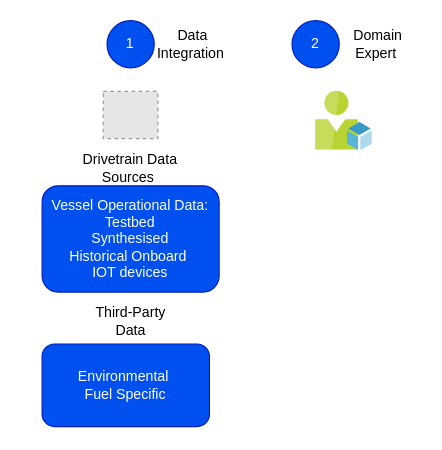
Earlier version of the draw.io diagram Untitled Diagram.drawio (aianxtec/maritime-optimisation). Source tidied: cells renumbered, new cells numbered last; positions are measured from the earlier drawing's top-left corner, leaving out a move shared by most shapes. Both pictures are drawn from the tidied source at 118%, with x=0, y=0 at pixel (41, 20). Pictures stored in the file or linked from it are replaced by grey dashed boxes.
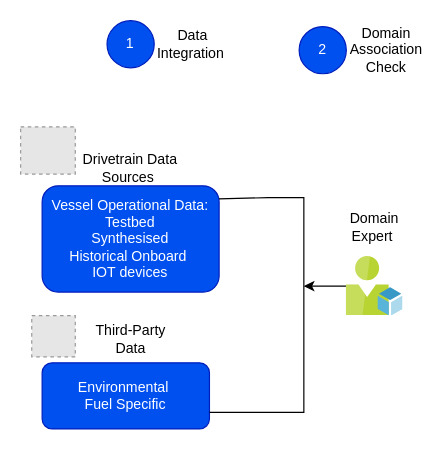
The same diagram, later.

Commit message:
domain expert added

Diff of the diagram source:
```diff
@@
 <mxGraphModel>
   <root>
     <mxCell id="0" />
     <mxCell id="1" parent="0" />
     <mxCell id="2" style="fillColor=#E6E6E6;strokeColor=#999999;dashed=1;verticalLabelPosition=bottom;labelBackgroundColor=#ffffff;verticalAlign=top;" parent="1" vertex="1">
-      <mxGeometry x="52" y="60" width="46.3" height="40" as="geometry" />
+      <mxGeometry x="-18" y="90" width="46.3" height="40" as="geometry" />
     </mxCell>
     <mxCell id="3" value="Drivetrain Data Sources&amp;nbsp;" style="text;html=1;strokeColor=none;fillColor=none;align=center;verticalAlign=middle;whiteSpace=wrap;rounded=0;" parent="1" vertex="1">
       <mxGeometry x="30.2" y="90" width="90" height="70" as="geometry" />
     </mxCell>
     <mxCell id="4" value="Vessel Operational Data:&lt;br&gt;Testbed&lt;br&gt;Synthesised&lt;br&gt;Historical Onboard&amp;nbsp;&lt;br&gt;IOT devices" style="text;html=1;strokeColor=#001DBC;fillColor=#0050ef;align=center;verticalAlign=middle;whiteSpace=wrap;rounded=1;fontColor=#ffffff;" parent="1" vertex="1">
       <mxGeometry x="0.2" y="140" width="150" height="90" as="geometry" />
     </mxCell>
     <mxCell id="5" value="1" style="ellipse;whiteSpace=wrap;html=1;rounded=1;strokeColor=#001DBC;fillColor=#0050ef;fontColor=#ffffff;" parent="1" vertex="1">
       <mxGeometry x="55.2" width="40" height="40" as="geometry" />
     </mxCell>
     <mxCell id="6" value="Data Integration&amp;nbsp;" style="text;html=1;strokeColor=none;fillColor=none;align=center;verticalAlign=middle;whiteSpace=wrap;rounded=0;" parent="1" vertex="1">
       <mxGeometry x="98.3" y="5" width="60" height="30" as="geometry" />
     </mxCell>
     <mxCell id="7" value="Environmental&amp;nbsp;&lt;br&gt;Fuel Specific" style="text;html=1;strokeColor=#001DBC;fillColor=#0050ef;align=center;verticalAlign=middle;whiteSpace=wrap;rounded=1;fontColor=#ffffff;spacingTop=0;" parent="1" vertex="1">
-      <mxGeometry x="0.2" y="274" width="141.8" height="70" as="geometry" />
+      <mxGeometry x="0.2" y="290" width="141.8" height="56" as="geometry" />
     </mxCell>
     <mxCell id="8" value="Third-Party Data" style="text;html=1;strokeColor=none;fillColor=none;align=center;verticalAlign=middle;whiteSpace=wrap;rounded=0;" parent="1" vertex="1">
-      <mxGeometry x="36.7" y="240" width="76.8" height="30" as="geometry" />
+      <mxGeometry x="36.7" y="255" width="76.8" height="30" as="geometry" />
     </mxCell>
+    <mxCell id="12" style="edgeStyle=orthogonalEdgeStyle;rounded=0;jettySize=auto;html=1;" parent="1" edge="1" source="9">
+      <mxGeometry relative="1" as="geometry">
+        <mxPoint x="222" y="225" as="targetPoint" />
+      </mxGeometry>
+    </mxCell>
     <mxCell id="9" style="sketch=0;html=1;points=[];align=center;image;fontSize=12;image=img/lib/mscae/User_Resource.svg;rounded=1;strokeColor=default;" parent="1" vertex="1">
-      <mxGeometry x="232" y="60" width="48" height="50" as="geometry" />
+      <mxGeometry x="258" y="200" width="48" height="50" as="geometry" />
     </mxCell>
     <mxCell id="10" value="2" style="ellipse;whiteSpace=wrap;html=1;rounded=1;strokeColor=#001DBC;fillColor=#0050ef;fontColor=#ffffff;" parent="1" vertex="1">
-      <mxGeometry x="212" width="40" height="40" as="geometry" />
+      <mxGeometry x="218" y="5" width="40" height="40" as="geometry" />
     </mxCell>
     <mxCell id="11" value="Domain Expert&amp;nbsp;" style="text;html=1;strokeColor=none;fillColor=none;align=center;verticalAlign=middle;whiteSpace=wrap;rounded=0;" parent="1" vertex="1">
-      <mxGeometry x="255.2" y="5" width="60" height="30" as="geometry" />
+      <mxGeometry x="252" y="160" width="60" height="30" as="geometry" />
     </mxCell>
+    <mxCell id="13" value="Domain Association Check" style="text;html=1;strokeColor=none;fillColor=none;align=center;verticalAlign=middle;whiteSpace=wrap;rounded=0;" parent="1" vertex="1">
+      <mxGeometry x="262" y="10" width="60" height="30" as="geometry" />
+    </mxCell>
+    <mxCell id="14" style="endArrow=none;html=1;rounded=0;exitX=0.999;exitY=0.122;exitDx=0;exitDy=0;exitPerimeter=0;entryX=1;entryY=0.75;entryDx=0;entryDy=0;" parent="1" edge="1" source="4" target="7">
+      <mxGeometry relative="1" as="geometry">
+        <Array as="points">
+          <mxPoint x="192" y="150" />
+          <mxPoint x="222" y="150" />
+          <mxPoint x="222" y="332" />
+          <mxPoint x="182" y="332" />
+        </Array>
+      </mxGeometry>
+    </mxCell>
+    <mxCell id="15" style="fillColor=#E6E6E6;strokeColor=#999999;dashed=1;verticalLabelPosition=bottom;labelBackgroundColor=#ffffff;verticalAlign=top;" parent="1" vertex="1">
+      <mxGeometry x="-8.6" y="250" width="36.9" height="35" as="geometry" />
+    </mxCell>
   </root>
 </mxGraphModel>
```
